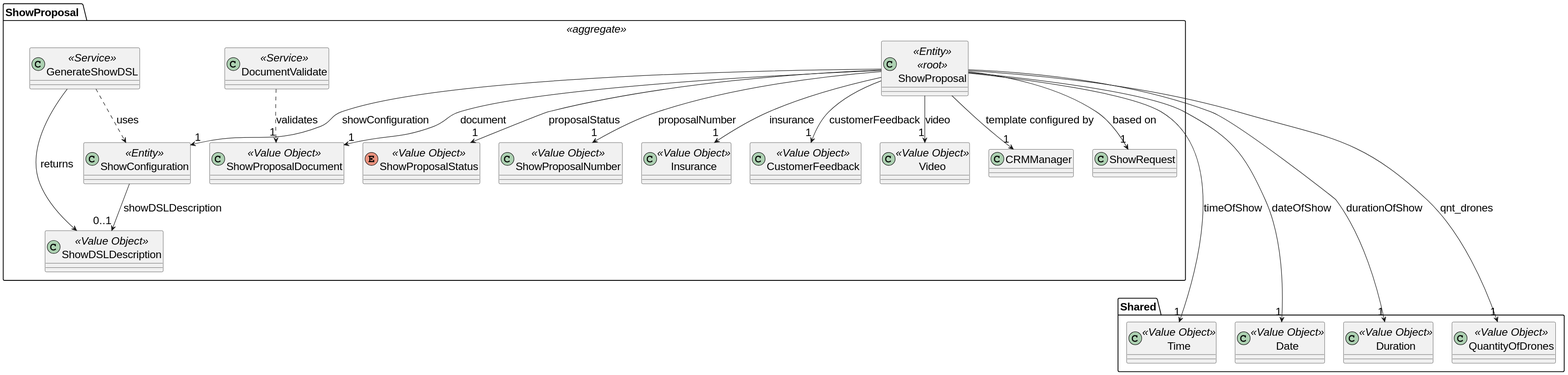
This is docs/SPRINT_3/US317/images/domain_model_us317.svg from diogoveirospro/sem4pi-2024-2025-sem4pi_2024_2025_g44, a PlantUML export, as it was before one commit. The source it was exported from:
```plantuml
@startuml
skinparamlocked defaultFontSize 20
package "ShowProposal " <<aggregate>>{

    enum ShowProposalStatus <<Value Object>>{
    }

    class ShowProposal <<Entity>> <<root>>{
    }

    class ShowProposalDocument <<Value Object>>{
    }

    class ShowProposalNumber <<Value Object>>{
    }

    class Insurance <<Value Object>>{
    }

    class CustomerFeedback <<Value Object>>{
    }

    class ShowConfiguration <<Entity>>{
    }

    class Video <<Value Object>>{
    }

    class DocumentValidate <<Service>> {
    }

    class ShowDSLDescription <<Value Object>> {
    }

    class GenerateShowDSL <<Service>> {
    }

    ShowProposal --> "1" CustomerFeedback: customerFeedback
    ShowProposal --> "1" CRMManager: template configured by
    ShowProposal --> "1" ShowRequest: based on
    ShowProposal --> "1" ShowProposalStatus: proposalStatus
    ShowProposal --> "1" ShowProposalDocument: document
    ShowProposal --> "1" ShowProposalNumber: proposalNumber
    ShowProposal --> "1" Insurance: insurance
    ShowProposal --> "1" ShowConfiguration: showConfiguration
    ShowProposal --> "1" Video: video

    GenerateShowDSL ..> ShowConfiguration: uses
    GenerateShowDSL --> ShowDSLDescription: returns

    DocumentValidate ..> "1" ShowProposalDocument: validates

    ShowConfiguration --> "0..1" ShowDSLDescription: showDSLDescription
}


package Shared {

    class Time <<Value Object>>{
    }

    class Date <<Value Object>>{
    }

    class Duration <<Value Object>>{
    }

    class QuantityOfDrones <<Value Object>>{
    }

    ShowProposal ----> "1" QuantityOfDrones: qnt_drones
    ShowProposal ----> "1" Time: timeOfShow
    ShowProposal ----> "1" Date: dateOfShow
    ShowProposal ----> "1" Duration: durationOfShow

}
@enduml
```
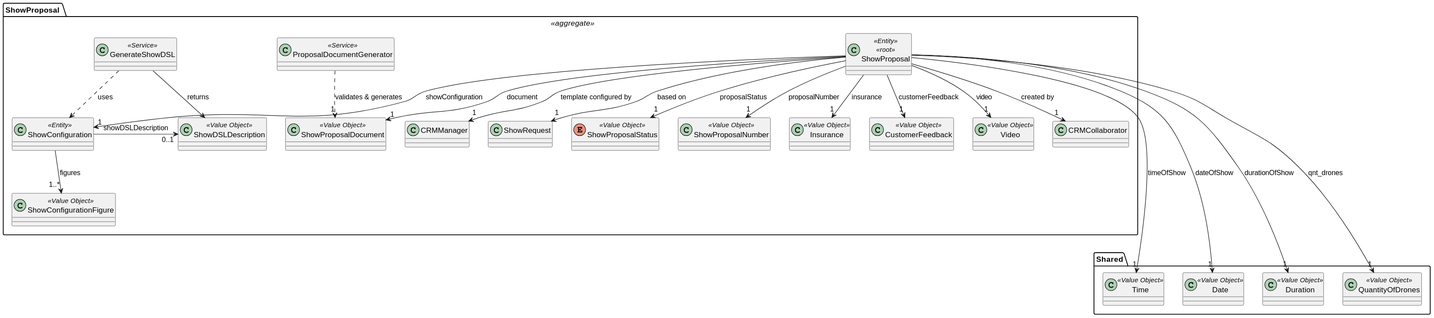
The same file after the commit.

What changed in the source:
```diff
@@ -1,5 +1,4 @@
 @startuml
-skinparamlocked defaultFontSize 20
 package "ShowProposal " <<aggregate>>{
 
     enum ShowProposalStatus <<Value Object>>{
@@ -23,10 +22,13 @@
     class ShowConfiguration <<Entity>>{
     }
 
+    class ShowConfigurationFigure <<Value Object>>{
+    }
+
     class Video <<Value Object>>{
     }
 
-    class DocumentValidate <<Service>> {
+    class ProposalDocumentGenerator <<Service>> {
     }
 
     class ShowDSLDescription <<Value Object>> {
@@ -36,6 +38,7 @@
     }
 
     ShowProposal --> "1" CustomerFeedback: customerFeedback
+    ShowProposal --> "1" CRMCollaborator: created by
     ShowProposal --> "1" CRMManager: template configured by
     ShowProposal --> "1" ShowRequest: based on
     ShowProposal --> "1" ShowProposalStatus: proposalStatus
@@ -48,9 +51,12 @@
     GenerateShowDSL ..> ShowConfiguration: uses
     GenerateShowDSL --> ShowDSLDescription: returns
 
-    DocumentValidate ..> "1" ShowProposalDocument: validates
+    ProposalDocumentGenerator ..> "1" ShowProposalDocument: validates & generates
 
-    ShowConfiguration --> "0..1" ShowDSLDescription: showDSLDescription
+    ShowConfiguration --> "1..*" ShowConfigurationFigure: figures
+        ShowConfiguration -> "0..1" ShowDSLDescription: showDSLDescription
+
+
 }
 
 
```
